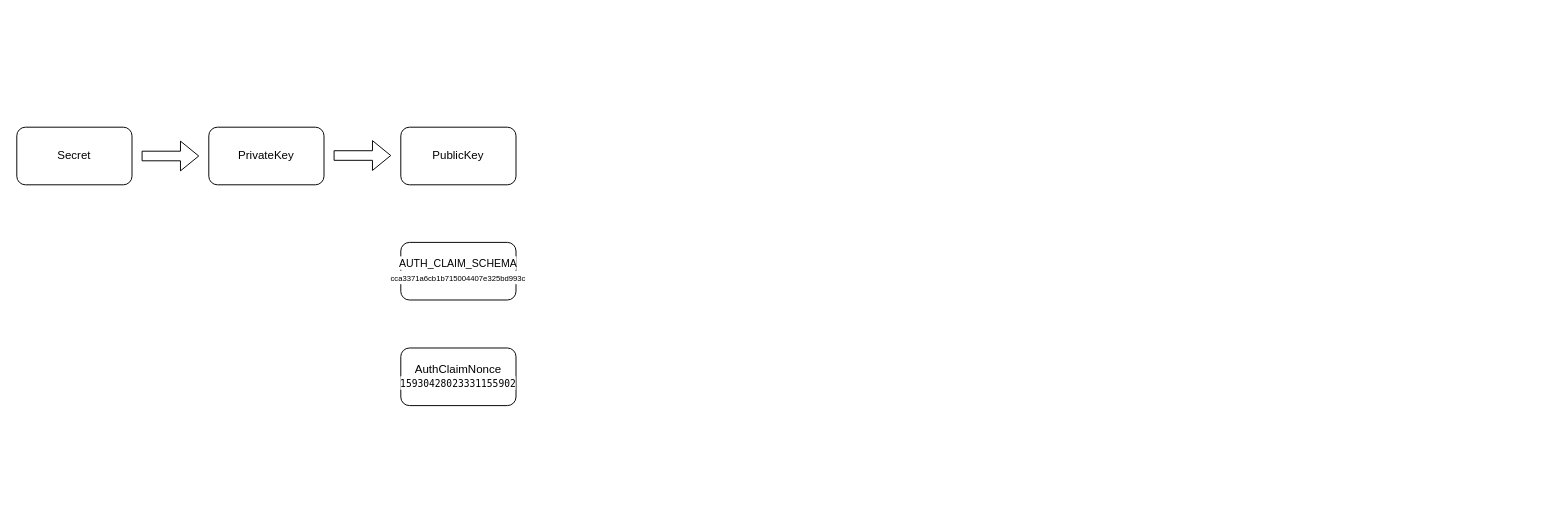
Before: draw.io/did/polygonid-data-flow.drawio in yushihang/yushihang.github.io, a draw.io diagram. Source tidied: cells renumbered, new cells numbered last; positions are measured from the earlier drawing's top-left corner, leaving out a move shared by most shapes. Both pictures are drawn from the tidied source at 96%, with x=0, y=0 at pixel (16, 127).
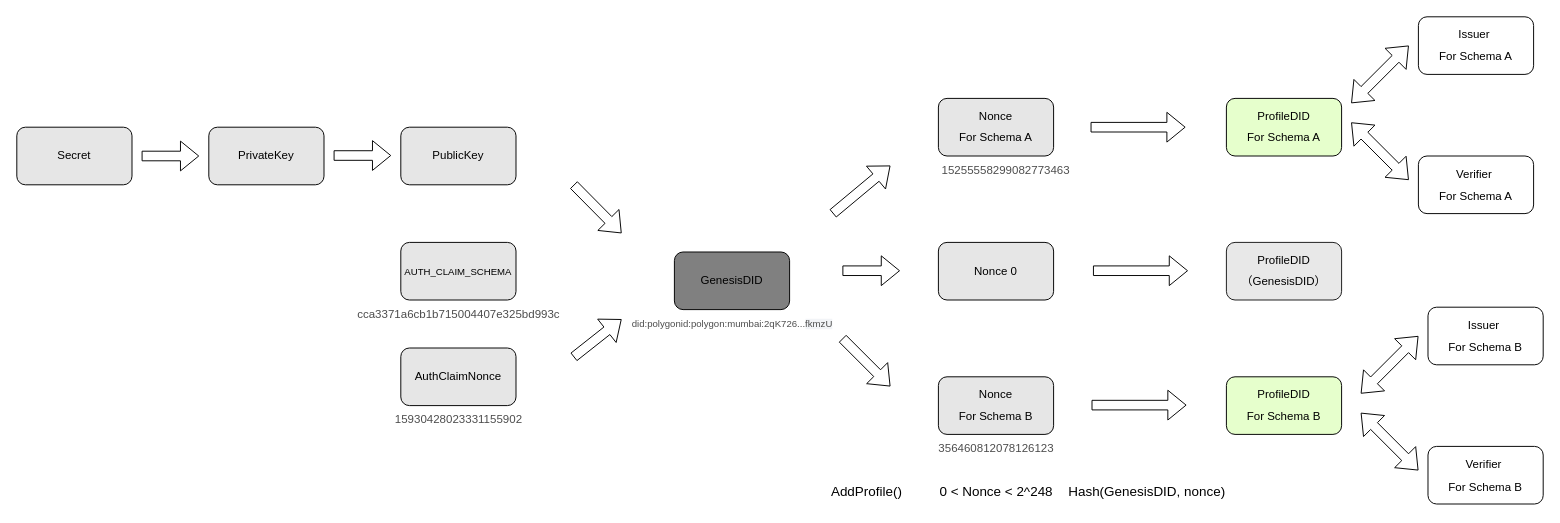
After the change.

Diff of the diagram source:
```diff
@@
-    <mxCell id="2" value="Secret" style="rounded=1;whiteSpace=wrap;html=1;" parent="1" vertex="1">
+    <mxCell id="2" value="Secret" style="rounded=1;whiteSpace=wrap;html=1;fillColor=#E6E6E6;" parent="1" vertex="1">
       <mxGeometry width="120" height="60" as="geometry" />
     </mxCell>
@@
-    <mxCell id="4" value="PrivateKey" style="rounded=1;whiteSpace=wrap;html=1;" parent="1" vertex="1">
+    <mxCell id="4" value="PrivateKey" style="rounded=1;whiteSpace=wrap;html=1;fillColor=#E6E6E6;" parent="1" vertex="1">
       <mxGeometry x="200" width="120" height="60" as="geometry" />
     </mxCell>
-    <mxCell id="5" value="PublicKey" style="rounded=1;whiteSpace=wrap;html=1;" parent="1" vertex="1">
+    <mxCell id="5" value="PublicKey" style="rounded=1;whiteSpace=wrap;html=1;fillColor=#E6E6E6;" parent="1" vertex="1">
       <mxGeometry x="400" width="120" height="60" as="geometry" />
     </mxCell>
@@
-    <mxCell id="7" value="&lt;div style=&quot;line-height: 120%;&quot;&gt;&lt;div style=&quot;line-height: 120%;&quot;&gt;&lt;span style=&quot;background-color: rgb(255, 255, 255);&quot;&gt;&lt;font face=&quot;Helvetica&quot; style=&quot;font-size: 11px;&quot;&gt;AUTH_CLAIM_SCHEMA&lt;/font&gt;&lt;/span&gt;&lt;/div&gt;&lt;div style=&quot;line-height: 120%;&quot;&gt;&lt;div style=&quot;line-height: 120%;&quot;&gt;&lt;span style=&quot;background-color: rgb(255, 255, 255);&quot;&gt;&lt;font face=&quot;Helvetica&quot; style=&quot;font-size: 8px;&quot;&gt;cca3371a6cb1b715004407e325bd993c&lt;/font&gt;&lt;/span&gt;&lt;/div&gt;&lt;/div&gt;&lt;/div&gt;" style="rounded=1;whiteSpace=wrap;html=1;" parent="1" vertex="1">
+    <mxCell id="7" value="&lt;div style=&quot;line-height: 120%;&quot;&gt;&lt;div style=&quot;line-height: 120%;&quot;&gt;&lt;font face=&quot;Helvetica&quot; style=&quot;font-size: 10px;&quot;&gt;AUTH_CLAIM_SCHEMA&lt;/font&gt;&lt;/div&gt;&lt;/div&gt;" style="rounded=1;whiteSpace=wrap;html=1;fillColor=#E6E6E6;" parent="1" vertex="1">
       <mxGeometry x="400" y="120" width="120" height="60" as="geometry" />
     </mxCell>
-    <mxCell id="8" value="&lt;div style=&quot;line-height: 120%;&quot;&gt;&lt;div style=&quot;line-height: 120%;&quot;&gt;&lt;div style=&quot;line-height: 120%;&quot;&gt;&lt;span style=&quot;background-color: rgb(255, 255, 255);&quot;&gt;AuthClaimNonce&lt;/span&gt;&lt;/div&gt;&lt;/div&gt;&lt;div style=&quot;line-height: 120%;&quot;&gt;&lt;div style=&quot;line-height: 120%;&quot;&gt;&lt;div style=&quot;font-family: &amp;quot;JetBrains Mono&amp;quot;, Menlo, Monaco, &amp;quot;Courier New&amp;quot;, monospace; line-height: 120%;&quot;&gt;&lt;span style=&quot;background-color: rgb(255, 255, 255);&quot;&gt;&lt;font style=&quot;font-size: 10px;&quot;&gt;15930428023331155902&lt;/font&gt;&lt;/span&gt;&lt;/div&gt;&lt;/div&gt;&lt;/div&gt;&lt;/div&gt;" style="rounded=1;whiteSpace=wrap;html=1;" parent="1" vertex="1">
+    <mxCell id="8" value="&lt;div style=&quot;line-height: 120%;&quot;&gt;&lt;div style=&quot;line-height: 120%;&quot;&gt;&lt;div style=&quot;line-height: 120%;&quot;&gt;AuthClaimNonce&lt;/div&gt;&lt;/div&gt;&lt;/div&gt;" style="rounded=1;whiteSpace=wrap;html=1;fillColor=#E6E6E6;" parent="1" vertex="1">
       <mxGeometry x="400" y="230" width="120" height="60" as="geometry" />
     </mxCell>
+    <mxCell id="9" style="shape=flexArrow;endArrow=classic;html=1;rounded=0;" parent="1" edge="1">
+      <mxGeometry relative="1" as="geometry">
+        <mxPoint x="580" y="60" as="sourcePoint" />
+        <mxPoint x="630" y="110.5" as="targetPoint" />
+      </mxGeometry>
+    </mxCell>
+    <mxCell id="10" style="shape=flexArrow;endArrow=classic;html=1;rounded=0;" parent="1" edge="1">
+      <mxGeometry relative="1" as="geometry">
+        <mxPoint x="580" y="239.5" as="sourcePoint" />
+        <mxPoint x="630" y="200" as="targetPoint" />
+      </mxGeometry>
+    </mxCell>
+    <mxCell id="11" value="GenesisDID" style="rounded=1;whiteSpace=wrap;html=1;fillColor=#808080;" parent="1" vertex="1">
+      <mxGeometry x="685" y="130" width="120" height="60" as="geometry" />
+    </mxCell>
+    <mxCell id="12" value="&lt;font color=&quot;#4d4d4d&quot; style=&quot;font-size: 12px;&quot;&gt;cca3371a6cb1b715004407e325bd993c&lt;/font&gt;" style="text;html=1;align=center;verticalAlign=middle;strokeColor=none;fillColor=none;" parent="1" vertex="1">
+      <mxGeometry x="345" y="180" width="230" height="30" as="geometry" />
+    </mxCell>
+    <mxCell id="13" value="&lt;font color=&quot;#4d4d4d&quot;&gt;15930428023331155902&lt;/font&gt;" style="text;html=1;align=center;verticalAlign=middle;strokeColor=none;fillColor=none;" parent="1" vertex="1">
+      <mxGeometry x="380" y="290" width="160" height="30" as="geometry" />
+    </mxCell>
+    <mxCell id="14" value="&lt;font color=&quot;#4d4d4d&quot; style=&quot;font-size: 10px;&quot;&gt;did:polygonid:polygon:mumbai:2qK726&lt;span style=&quot;box-sizing: border-box; caret-color: rgb(16, 24, 40); text-align: right;&quot; aria-hidden=&quot;true&quot;&gt;...&lt;/span&gt;&lt;span style=&quot;caret-color: rgb(16, 24, 40); text-align: right; background-color: rgb(242, 244, 247);&quot;&gt;fkmzU&lt;/span&gt;&lt;/font&gt;" style="text;html=1;align=center;verticalAlign=middle;strokeColor=none;fillColor=none;" parent="1" vertex="1">
+      <mxGeometry x="630" y="190" width="230" height="30" as="geometry" />
+    </mxCell>
+    <mxCell id="15" style="shape=flexArrow;endArrow=classic;html=1;rounded=0;" parent="1" edge="1">
+      <mxGeometry relative="1" as="geometry">
+        <mxPoint x="850" y="90" as="sourcePoint" />
+        <mxPoint x="910" y="40" as="targetPoint" />
+      </mxGeometry>
+    </mxCell>
+    <mxCell id="16" style="shape=flexArrow;endArrow=classic;html=1;rounded=0;" parent="1" edge="1">
+      <mxGeometry relative="1" as="geometry">
+        <mxPoint x="860" y="220" as="sourcePoint" />
+        <mxPoint x="910" y="270" as="targetPoint" />
+      </mxGeometry>
+    </mxCell>
+    <mxCell id="17" value="&lt;p style=&quot;line-height: 90%;&quot;&gt;Nonce &lt;br&gt;&lt;br&gt;For Schema A&lt;/p&gt;" style="rounded=1;whiteSpace=wrap;html=1;fillColor=#E6E6E6;" parent="1" vertex="1">
+      <mxGeometry x="960" y="-30" width="120" height="60" as="geometry" />
+    </mxCell>
+    <mxCell id="18" value="&lt;font color=&quot;#4d4d4d&quot;&gt;15255558299082773463&lt;/font&gt;" style="text;html=1;align=center;verticalAlign=middle;strokeColor=none;fillColor=none;" parent="1" vertex="1">
+      <mxGeometry x="950" y="30" width="160" height="30" as="geometry" />
+    </mxCell>
+    <mxCell id="19" style="shape=flexArrow;endArrow=classic;html=1;rounded=0;" parent="1" edge="1">
+      <mxGeometry relative="1" as="geometry">
+        <mxPoint x="1118.5" as="sourcePoint" />
+        <mxPoint x="1217.5" as="targetPoint" />
+      </mxGeometry>
+    </mxCell>
+    <mxCell id="20" value="&amp;nbsp;Hash(GenesisDID, nonce)" style="text;html=1;align=center;verticalAlign=middle;strokeColor=none;fillColor=none;fontSize=14;" parent="1" vertex="1">
+      <mxGeometry x="1080" y="365" width="190" height="30" as="geometry" />
+    </mxCell>
+    <mxCell id="21" value="&lt;p style=&quot;line-height: 90%;&quot;&gt;ProfileDID&lt;br&gt;&lt;br&gt;For Schema A&lt;/p&gt;" style="rounded=1;whiteSpace=wrap;html=1;fillColor=#E6FFCC;" parent="1" vertex="1">
+      <mxGeometry x="1260" y="-30" width="120" height="60" as="geometry" />
+    </mxCell>
+    <mxCell id="22" value="AddProfile()" style="text;html=1;align=center;verticalAlign=middle;strokeColor=none;fillColor=none;fontSize=14;" parent="1" vertex="1">
+      <mxGeometry x="835" y="365" width="100" height="30" as="geometry" />
+    </mxCell>
+    <mxCell id="23" value="0 &amp;lt; Nonce &amp;lt; 2^248" style="text;html=1;align=center;verticalAlign=middle;strokeColor=none;fillColor=none;fontSize=14;" parent="1" vertex="1">
+      <mxGeometry x="950" y="365" width="140" height="30" as="geometry" />
+    </mxCell>
+    <mxCell id="24" value="&lt;font color=&quot;#4d4d4d&quot;&gt;356460812078126123&lt;/font&gt;" style="text;html=1;align=center;verticalAlign=middle;strokeColor=none;fillColor=none;" parent="1" vertex="1">
+      <mxGeometry x="950" y="320" width="140" height="30" as="geometry" />
+    </mxCell>
+    <mxCell id="25" value="&lt;p style=&quot;line-height: 90%;&quot;&gt;Nonce &lt;br&gt;&lt;br&gt;For Schema B&lt;/p&gt;" style="rounded=1;whiteSpace=wrap;html=1;fillColor=#E6E6E6;" parent="1" vertex="1">
+      <mxGeometry x="960" y="260" width="120" height="60" as="geometry" />
+    </mxCell>
+    <mxCell id="26" value="&lt;p style=&quot;line-height: 90%;&quot;&gt;ProfileDID&lt;br&gt;&lt;br&gt;For Schema B&lt;/p&gt;" style="rounded=1;whiteSpace=wrap;html=1;fillColor=#E6FFCC;" parent="1" vertex="1">
+      <mxGeometry x="1260" y="260" width="120" height="60" as="geometry" />
+    </mxCell>
+    <mxCell id="27" style="shape=flexArrow;endArrow=classic;html=1;rounded=0;" parent="1" edge="1">
+      <mxGeometry relative="1" as="geometry">
+        <mxPoint x="1119.5" y="289.5" as="sourcePoint" />
+        <mxPoint x="1218.5" y="289.5" as="targetPoint" />
+      </mxGeometry>
+    </mxCell>
+    <mxCell id="28" value="&lt;p style=&quot;line-height: 90%;&quot;&gt;Nonce 0&lt;br&gt;&lt;/p&gt;" style="rounded=1;whiteSpace=wrap;html=1;fillColor=#E6E6E6;" parent="1" vertex="1">
+      <mxGeometry x="960" y="120" width="120" height="60" as="geometry" />
+    </mxCell>
+    <mxCell id="29" style="shape=flexArrow;endArrow=classic;html=1;rounded=0;" parent="1" edge="1">
+      <mxGeometry relative="1" as="geometry">
+        <mxPoint x="1121" y="149.5" as="sourcePoint" />
+        <mxPoint x="1220" y="149.5" as="targetPoint" />
+      </mxGeometry>
+    </mxCell>
+    <mxCell id="30" value="&lt;p style=&quot;line-height: 80%;&quot;&gt;ProfileDID&lt;/p&gt;&lt;p style=&quot;line-height: 80%;&quot;&gt;（GenesisDID）&lt;/p&gt;" style="rounded=1;whiteSpace=wrap;html=1;opacity=90;fillColor=#E6E6E6;" parent="1" vertex="1">
+      <mxGeometry x="1260" y="120" width="120" height="60" as="geometry" />
+    </mxCell>
+    <mxCell id="31" style="shape=flexArrow;endArrow=classic;html=1;rounded=0;" parent="1" edge="1">
+      <mxGeometry relative="1" as="geometry">
+        <mxPoint x="860" y="149.5" as="sourcePoint" />
+        <mxPoint x="920" y="149.5" as="targetPoint" />
+      </mxGeometry>
+    </mxCell>
+    <mxCell id="32" value="&lt;p style=&quot;line-height: 90%;&quot;&gt;Issuer&amp;nbsp;&lt;/p&gt;&lt;p style=&quot;line-height: 90%;&quot;&gt;For Schema A&lt;/p&gt;" style="rounded=1;whiteSpace=wrap;html=1;" parent="1" vertex="1">
+      <mxGeometry x="1460" y="-115" width="120" height="60" as="geometry" />
+    </mxCell>
+    <mxCell id="33" value="&lt;p style=&quot;line-height: 90%;&quot;&gt;Verifier&amp;nbsp;&lt;/p&gt;&lt;p style=&quot;line-height: 90%;&quot;&gt;For Schema A&lt;/p&gt;" style="rounded=1;whiteSpace=wrap;html=1;" parent="1" vertex="1">
+      <mxGeometry x="1460" y="30" width="120" height="60" as="geometry" />
+    </mxCell>
+    <mxCell id="34" style="shape=flexArrow;endArrow=classic;startArrow=classic;html=1;rounded=0;" parent="1" edge="1">
+      <mxGeometry relative="1" as="geometry">
+        <mxPoint x="1390" y="-25" as="sourcePoint" />
+        <mxPoint x="1450" y="-85" as="targetPoint" />
+      </mxGeometry>
+    </mxCell>
+    <mxCell id="35" style="shape=flexArrow;endArrow=classic;startArrow=classic;html=1;rounded=0;" parent="1" edge="1">
+      <mxGeometry relative="1" as="geometry">
+        <mxPoint x="1390" y="-5" as="sourcePoint" />
+        <mxPoint x="1450" y="55" as="targetPoint" />
+      </mxGeometry>
+    </mxCell>
+    <mxCell id="36" value="&lt;p style=&quot;line-height: 90%;&quot;&gt;Issuer&amp;nbsp;&lt;/p&gt;&lt;p style=&quot;line-height: 90%;&quot;&gt;For Schema B&lt;/p&gt;" style="rounded=1;whiteSpace=wrap;html=1;" parent="1" vertex="1">
+      <mxGeometry x="1470" y="187.5" width="120" height="60" as="geometry" />
+    </mxCell>
+    <mxCell id="37" value="&lt;p style=&quot;line-height: 90%;&quot;&gt;Verifier&amp;nbsp;&lt;/p&gt;&lt;p style=&quot;line-height: 90%;&quot;&gt;For Schema B&lt;/p&gt;" style="rounded=1;whiteSpace=wrap;html=1;" parent="1" vertex="1">
+      <mxGeometry x="1470" y="332.5" width="120" height="60" as="geometry" />
+    </mxCell>
+    <mxCell id="38" style="shape=flexArrow;endArrow=classic;startArrow=classic;html=1;rounded=0;" parent="1" edge="1">
+      <mxGeometry relative="1" as="geometry">
+        <mxPoint x="1400" y="277.5" as="sourcePoint" />
+        <mxPoint x="1460" y="217.5" as="targetPoint" />
+      </mxGeometry>
+    </mxCell>
+    <mxCell id="39" style="shape=flexArrow;endArrow=classic;startArrow=classic;html=1;rounded=0;" parent="1" edge="1">
+      <mxGeometry relative="1" as="geometry">
+        <mxPoint x="1400" y="297.5" as="sourcePoint" />
+        <mxPoint x="1460" y="357.5" as="targetPoint" />
+      </mxGeometry>
+    </mxCell>
```
